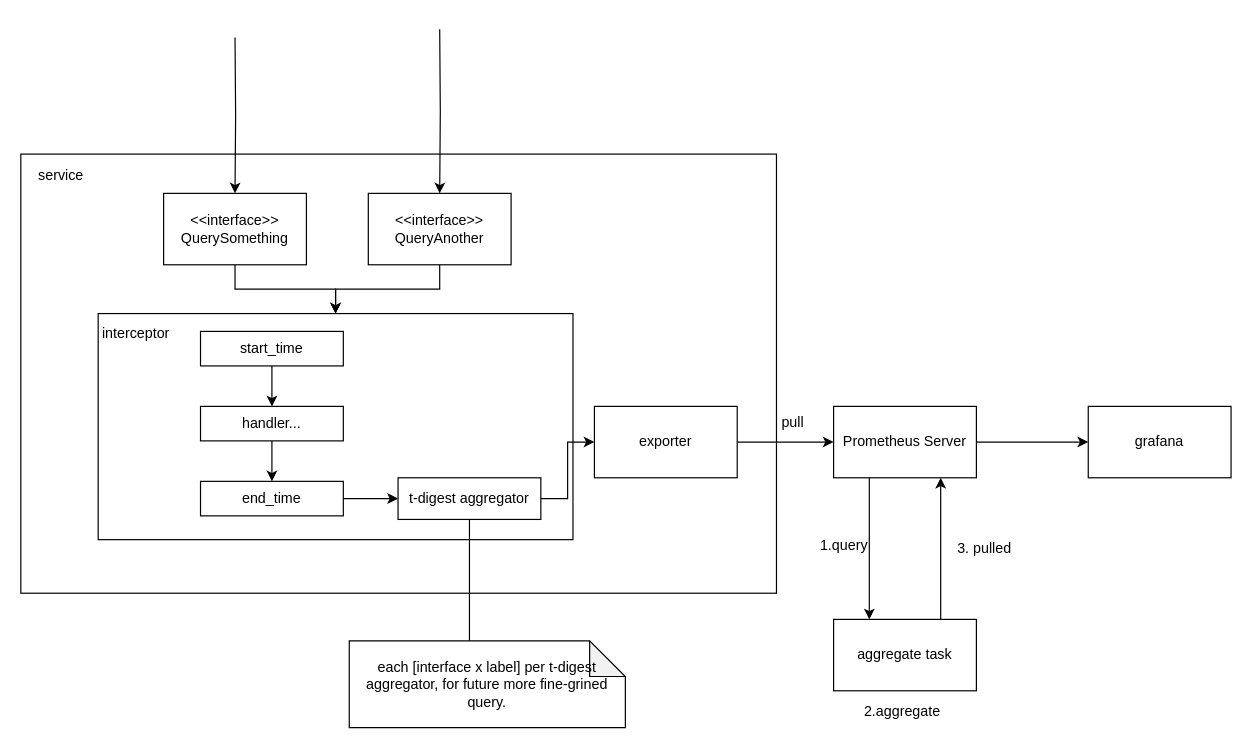
Before: prometheus-internal.drawio in xhd2015/bog, a draw.io diagram. Source tidied: cells renumbered, new cells numbered last; positions are measured from the earlier drawing's top-left corner, leaving out a move shared by most shapes. Both pictures are drawn from the tidied source at 119%, with x=0, y=0 at pixel (20, 29).
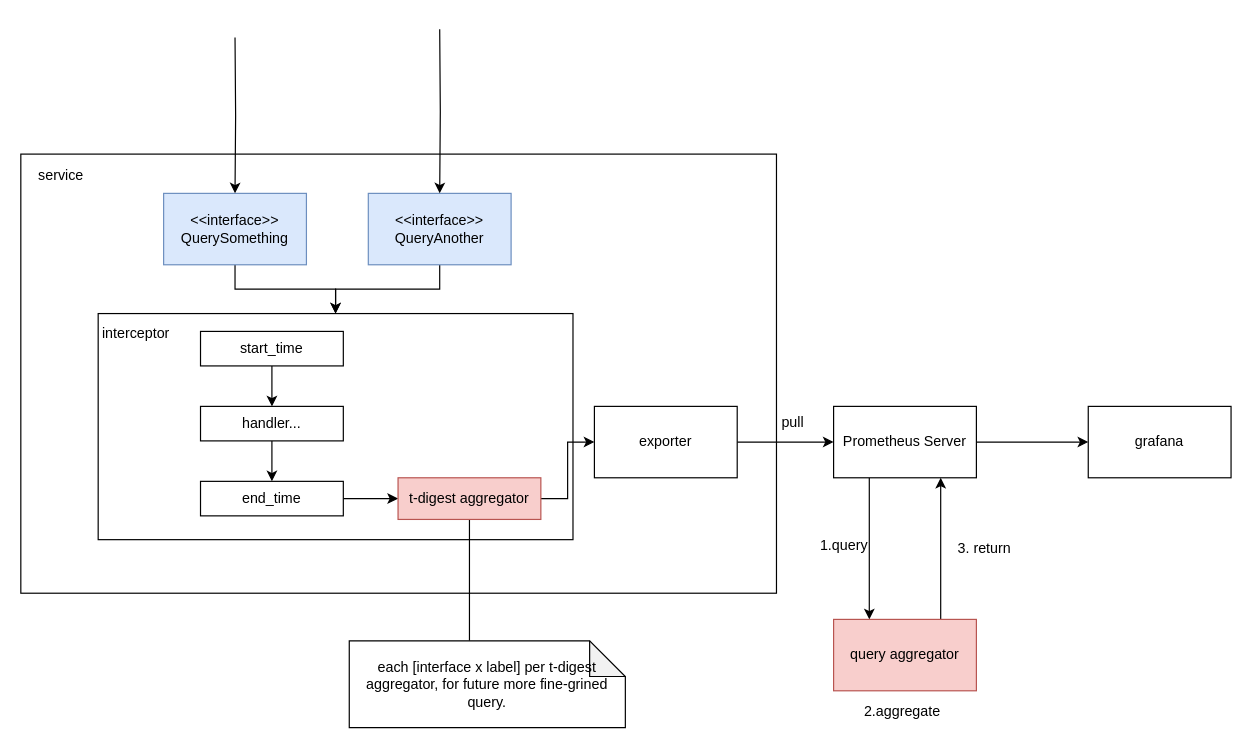
After the change.

Change to the diagram source:
```diff
@@
-    <mxCell id="9" value="&amp;lt;&amp;lt;interface&amp;gt;&amp;gt;&lt;br&gt;QueryAnother" style="rounded=0;whiteSpace=wrap;html=1;" parent="1" vertex="1">
+    <mxCell id="9" value="&amp;lt;&amp;lt;interface&amp;gt;&amp;gt;&lt;br&gt;QueryAnother" style="rounded=0;whiteSpace=wrap;html=1;fillColor=#dae8fc;strokeColor=#6c8ebf;" parent="1" vertex="1">
       <mxGeometry x="292" y="138" width="120" height="60" as="geometry" />
     </mxCell>
@@
-    <mxCell id="11" value="&amp;lt;&amp;lt;interface&amp;gt;&amp;gt;&lt;br&gt;QuerySomething" style="rounded=0;whiteSpace=wrap;html=1;" parent="1" vertex="1">
+    <mxCell id="11" value="&amp;lt;&amp;lt;interface&amp;gt;&amp;gt;&lt;br&gt;QuerySomething" style="rounded=0;whiteSpace=wrap;html=1;fillColor=#dae8fc;strokeColor=#6c8ebf;" parent="1" vertex="1">
       <mxGeometry x="120" y="138" width="120" height="60" as="geometry" />
     </mxCell>
@@
-    <mxCell id="14" value="aggregate task" style="rounded=0;whiteSpace=wrap;html=1;" parent="1" vertex="1">
+    <mxCell id="14" value="query aggregator" style="rounded=0;whiteSpace=wrap;html=1;fillColor=#f8cecc;strokeColor=#b85450;" parent="1" vertex="1">
       <mxGeometry x="683" y="496" width="120" height="60" as="geometry" />
     </mxCell>
@@
-    <mxCell id="17" value="3. pulled" style="text;html=1;strokeColor=none;fillColor=none;align=center;verticalAlign=middle;whiteSpace=wrap;rounded=0;" parent="1" vertex="1">
+    <mxCell id="17" value="3. return" style="text;html=1;strokeColor=none;fillColor=none;align=center;verticalAlign=middle;whiteSpace=wrap;rounded=0;" parent="1" vertex="1">
       <mxGeometry x="777" y="422" width="66" height="30" as="geometry" />
     </mxCell>
@@
-    <mxCell id="29" value="t-digest aggregator" style="rounded=0;whiteSpace=wrap;html=1;" parent="1" vertex="1">
+    <mxCell id="29" value="t-digest aggregator" style="rounded=0;whiteSpace=wrap;html=1;fillColor=#f8cecc;strokeColor=#b85450;" parent="1" vertex="1">
       <mxGeometry x="317" y="377" width="120" height="35" as="geometry" />
     </mxCell>
```
